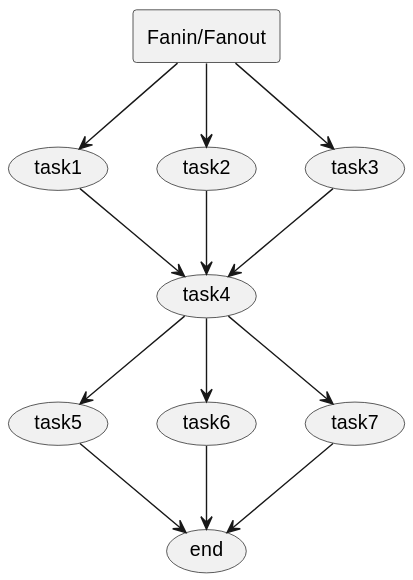
Earlier version of the PlantUML export _example/fanin_fanout/uml.svg (ddddddO/gdag). Its diagram source:
```plantuml
@startuml
rectangle "Fanin/Fanout" as 1
usecase "task1" as 2
usecase "task4" as 5
usecase "task5" as 7
usecase "end" as 11
usecase "task6" as 8
usecase "task7" as 9
usecase "task2" as 3
usecase "task3" as 4

1 --> 2
2 --> 5
5 --> 7
7 --> 11
5 --> 8
8 --> 11
5 --> 9
9 --> 11
1 --> 3
3 --> 5
1 --> 4
4 --> 5

@enduml
```
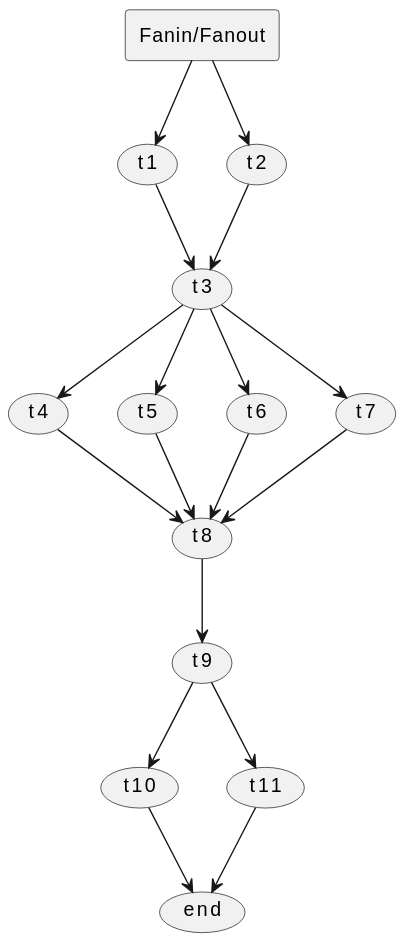
Later version of the same file.

The edit, as a diff of the source:
```diff
@@ -1,25 +1,34 @@
 @startuml
 rectangle "Fanin/Fanout" as 1
-usecase "task1" as 2
-usecase "task4" as 5
-usecase "task5" as 7
-usecase "end" as 11
-usecase "task6" as 8
-usecase "task7" as 9
-usecase "task2" as 3
-usecase "task3" as 4
+usecase "t1" as 2
+usecase "t3" as 4
+usecase "t4" as 5
+usecase "t8" as 9
+usecase "t9" as 10
+usecase "t10" as 11
+usecase "end" as 13
+usecase "t11" as 12
+usecase "t5" as 6
+usecase "t6" as 7
+usecase "t7" as 8
+usecase "t2" as 3
 
 1 --> 2
-2 --> 5
-5 --> 7
-7 --> 11
-5 --> 8
-8 --> 11
+2 --> 4
+4 --> 5
 5 --> 9
-9 --> 11
+9 --> 10
+10 --> 11
+11 --> 13
+10 --> 12
+12 --> 13
+4 --> 6
+6 --> 9
+4 --> 7
+7 --> 9
+4 --> 8
+8 --> 9
 1 --> 3
-3 --> 5
-1 --> 4
-4 --> 5
+3 --> 4
 
 @enduml
```
